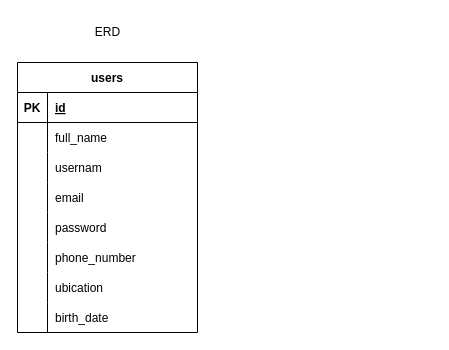
Earlier version of the draw.io diagram diagrams/erd.drawio (Jflores-Ch/Spring-Project-Pool-Reservation-Web). Source tidied: cells renumbered, new cells numbered last; positions are measured from the earlier drawing's top-left corner, leaving out a move shared by most shapes. Both pictures are drawn from the tidied source at 100%, with x=0, y=0 at pixel (17, 17).
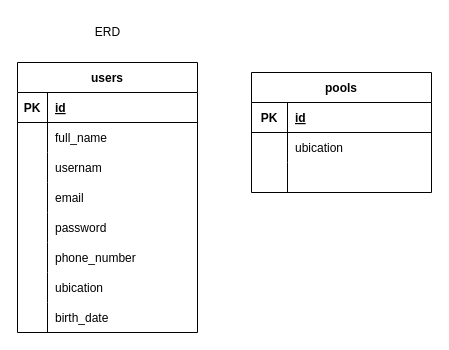
The same diagram, later.

Commit message:
add pool table

Diff of the diagram source:
```diff
@@
+    <mxCell id="28" value="pools" style="shape=table;startSize=30;childLayout=tableLayout;rowLines=0;fontStyle=1;align=center;" parent="1" vertex="1">
+      <mxGeometry x="234" y="55" width="180" height="120" as="geometry" />
+    </mxCell>
+    <mxCell id="29" style="shape=tableRow;horizontal=0;startSize=0;swimlaneHead=0;swimlaneBody=0;fillColor=none;top=0;left=0;right=0;bottom=1;" parent="28" vertex="1">
+      <mxGeometry y="30" width="180" height="30" as="geometry" />
+    </mxCell>
+    <mxCell id="30" value="PK" style="shape=partialRectangle;fillColor=none;top=0;left=0;bottom=0;right=0;fontStyle=1;overflow=hidden;" parent="29" vertex="1">
+      <mxGeometry width="36" height="30" as="geometry" />
+    </mxCell>
+    <mxCell id="31" value="id" style="shape=partialRectangle;fillColor=none;top=0;left=0;bottom=0;right=0;align=left;spacingLeft=6;fontStyle=5;overflow=hidden;" parent="29" vertex="1">
+      <mxGeometry x="36" width="144" height="30" as="geometry" />
+    </mxCell>
+    <mxCell id="32" style="shape=tableRow;horizontal=0;startSize=0;swimlaneHead=0;swimlaneBody=0;fillColor=none;top=0;left=0;right=0;bottom=0;" parent="28" vertex="1">
+      <mxGeometry y="60" width="180" height="30" as="geometry" />
+    </mxCell>
+    <mxCell id="33" style="shape=partialRectangle;fillColor=none;top=0;left=0;bottom=0;right=0;overflow=hidden;" parent="32" vertex="1">
+      <mxGeometry width="36" height="30" as="geometry" />
+    </mxCell>
+    <mxCell id="34" value="ubication" style="shape=partialRectangle;fillColor=none;top=0;left=0;bottom=0;right=0;align=left;spacingLeft=6;overflow=hidden;" parent="32" vertex="1">
+      <mxGeometry x="36" width="144" height="30" as="geometry" />
+    </mxCell>
+    <mxCell id="35" style="shape=tableRow;horizontal=0;startSize=0;swimlaneHead=0;swimlaneBody=0;fillColor=none;top=0;left=0;right=0;bottom=0;" parent="28" vertex="1">
+      <mxGeometry y="90" width="180" height="30" as="geometry" />
+    </mxCell>
+    <mxCell id="36" style="shape=partialRectangle;fillColor=none;top=0;left=0;bottom=0;right=0;overflow=hidden;" parent="35" vertex="1">
+      <mxGeometry width="36" height="30" as="geometry" />
+    </mxCell>
+    <mxCell id="37" style="shape=partialRectangle;fillColor=none;top=0;left=0;bottom=0;right=0;align=left;spacingLeft=6;overflow=hidden;" parent="35" vertex="1">
+      <mxGeometry x="36" width="144" height="30" as="geometry" />
+    </mxCell>
```
